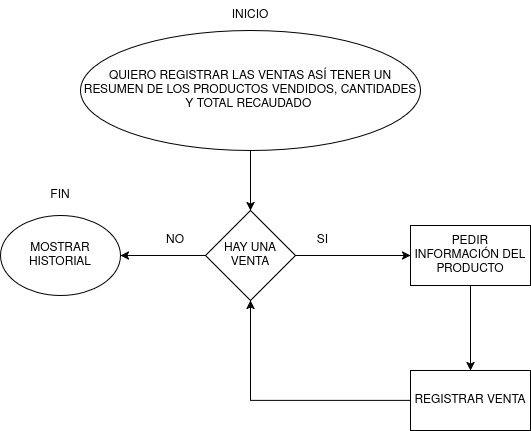
Before: Diagrama_Luismejia2.0.drawio.png, a diagram exported from draw.io (lLuyss123/inventory). Source tidied: cells renumbered, new cells last; positions are measured from the earlier drawing's top-left corner, leaving out a move shared by most shapes.
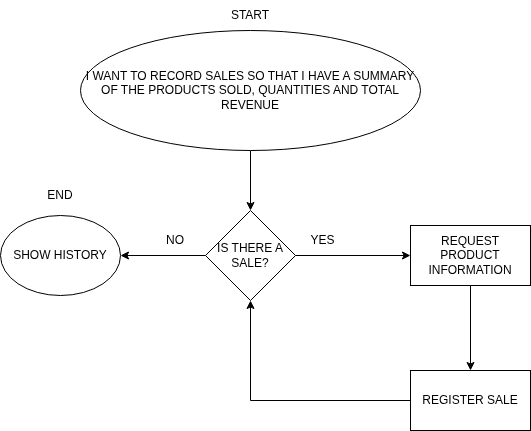
Later version of the same file.

Commit message:
english diagrama

What changed in the source:
```diff
@@ -5,7 +5,7 @@
     <mxCell id="2" style="edgeStyle=orthogonalEdgeStyle;rounded=0;jettySize=auto;html=1;entryX=0.5;entryY=0;entryDx=0;entryDy=0;" parent="1" edge="1" source="3" target="6">
       <mxGeometry relative="1" as="geometry" />
     </mxCell>
-    <mxCell id="3" value="QUIERO REGISTRAR LAS VENTAS ASÍ TENER UN RESUMEN DE LOS PRODUCTOS VENDIDOS, CANTIDADES Y TOTAL RECAUDADO&amp;nbsp;" style="ellipse;whiteSpace=wrap;html=1;" parent="1" vertex="1">
+    <mxCell id="3" value="I WANT TO RECORD SALES SO THAT I HAVE A SUMMARY OF THE PRODUCTS SOLD, QUANTITIES AND TOTAL REVENUE" style="ellipse;whiteSpace=wrap;html=1;" parent="1" vertex="1">
       <mxGeometry x="80" y="30" width="340" height="120" as="geometry" />
     </mxCell>
     <mxCell id="4" style="edgeStyle=orthogonalEdgeStyle;rounded=0;jettySize=auto;html=1;exitX=0;exitY=0.5;exitDx=0;exitDy=0;entryX=1;entryY=0.5;entryDx=0;entryDy=0;" parent="1" edge="1" source="6" target="11">
@@ -14,34 +14,34 @@
     <mxCell id="5" style="edgeStyle=orthogonalEdgeStyle;rounded=0;jettySize=auto;html=1;entryX=0;entryY=0.5;entryDx=0;entryDy=0;" parent="1" edge="1" source="6" target="15">
       <mxGeometry relative="1" as="geometry" />
     </mxCell>
-    <mxCell id="6" value="HAY UNA VENTA" style="rhombus;whiteSpace=wrap;html=1;" parent="1" vertex="1">
+    <mxCell id="6" value="&lt;p&gt;IS THERE A SALE?&lt;/p&gt;" style="rhombus;whiteSpace=wrap;html=1;" parent="1" vertex="1">
       <mxGeometry x="205" y="210" width="90" height="90" as="geometry" />
     </mxCell>
     <mxCell id="7" value="NO" style="text;html=1;whiteSpace=wrap;strokeColor=none;fillColor=none;align=center;verticalAlign=middle;rounded=0;" parent="1" vertex="1">
       <mxGeometry x="145" y="230" width="60" height="20" as="geometry" />
     </mxCell>
-    <mxCell id="8" value="SI" style="text;html=1;whiteSpace=wrap;strokeColor=none;fillColor=none;align=center;verticalAlign=middle;rounded=0;" parent="1" vertex="1">
+    <mxCell id="8" value="YES" style="text;html=1;whiteSpace=wrap;strokeColor=none;fillColor=none;align=center;verticalAlign=middle;rounded=0;" parent="1" vertex="1">
       <mxGeometry x="295" y="230" width="55" height="20" as="geometry" />
     </mxCell>
     <mxCell id="9" style="edgeStyle=orthogonalEdgeStyle;rounded=0;jettySize=auto;html=1;exitX=0;exitY=0.5;exitDx=0;exitDy=0;entryX=0.5;entryY=1;entryDx=0;entryDy=0;" parent="1" edge="1" source="10" target="6">
       <mxGeometry relative="1" as="geometry" />
     </mxCell>
-    <mxCell id="10" value="REGISTRAR VENTA" style="rounded=0;whiteSpace=wrap;html=1;" parent="1" vertex="1">
+    <mxCell id="10" value="&lt;p&gt;REGISTER SALE&lt;/p&gt;" style="rounded=0;whiteSpace=wrap;html=1;" parent="1" vertex="1">
       <mxGeometry x="410" y="370" width="120" height="60" as="geometry" />
     </mxCell>
-    <mxCell id="11" value="MOSTRAR HISTORIAL" style="ellipse;whiteSpace=wrap;html=1;" parent="1" vertex="1">
+    <mxCell id="11" value="&lt;p&gt;SHOW HISTORY&lt;/p&gt;" style="ellipse;whiteSpace=wrap;html=1;" parent="1" vertex="1">
       <mxGeometry y="215" width="120" height="80" as="geometry" />
     </mxCell>
-    <mxCell id="12" value="INICIO" style="text;html=1;whiteSpace=wrap;strokeColor=none;fillColor=none;align=center;verticalAlign=middle;rounded=0;" parent="1" vertex="1">
+    <mxCell id="12" value="START" style="text;html=1;whiteSpace=wrap;strokeColor=none;fillColor=none;align=center;verticalAlign=middle;rounded=0;" parent="1" vertex="1">
       <mxGeometry x="220" width="60" height="30" as="geometry" />
     </mxCell>
-    <mxCell id="13" value="FIN" style="text;html=1;whiteSpace=wrap;strokeColor=none;fillColor=none;align=center;verticalAlign=middle;rounded=0;" parent="1" vertex="1">
+    <mxCell id="13" value="END" style="text;html=1;whiteSpace=wrap;strokeColor=none;fillColor=none;align=center;verticalAlign=middle;rounded=0;" parent="1" vertex="1">
       <mxGeometry x="30" y="180" width="60" height="30" as="geometry" />
     </mxCell>
     <mxCell id="14" style="edgeStyle=orthogonalEdgeStyle;rounded=0;jettySize=auto;html=1;entryX=0.5;entryY=0;entryDx=0;entryDy=0;" parent="1" edge="1" source="15" target="10">
       <mxGeometry relative="1" as="geometry" />
     </mxCell>
-    <mxCell id="15" value="PEDIR INFORMACIÓN DEL PRODUCTO" style="rounded=0;whiteSpace=wrap;html=1;" parent="1" vertex="1">
+    <mxCell id="15" value="REQUEST PRODUCT INFORMATION" style="rounded=0;whiteSpace=wrap;html=1;" parent="1" vertex="1">
       <mxGeometry x="410" y="225" width="120" height="60" as="geometry" />
     </mxCell>
   </root>
```
